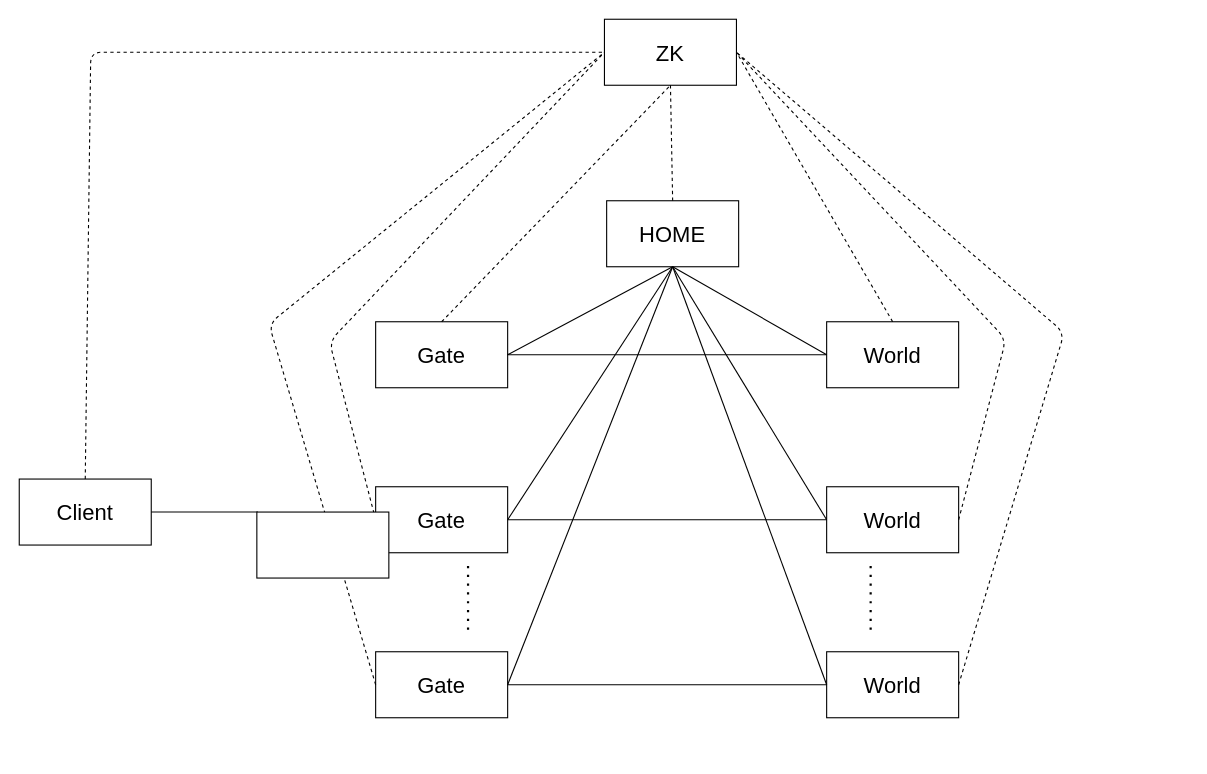
Above: server/youzu/server-trail_framework.drawio in juzq/draw (draw.io), before the change. Source tidied: cells renumbered, new cells numbered last; positions are measured from the earlier drawing's top-left corner, leaving out a move shared by most shapes. Both pictures are drawn from the tidied source at 110%, with x=0, y=0 at pixel (19, 19).
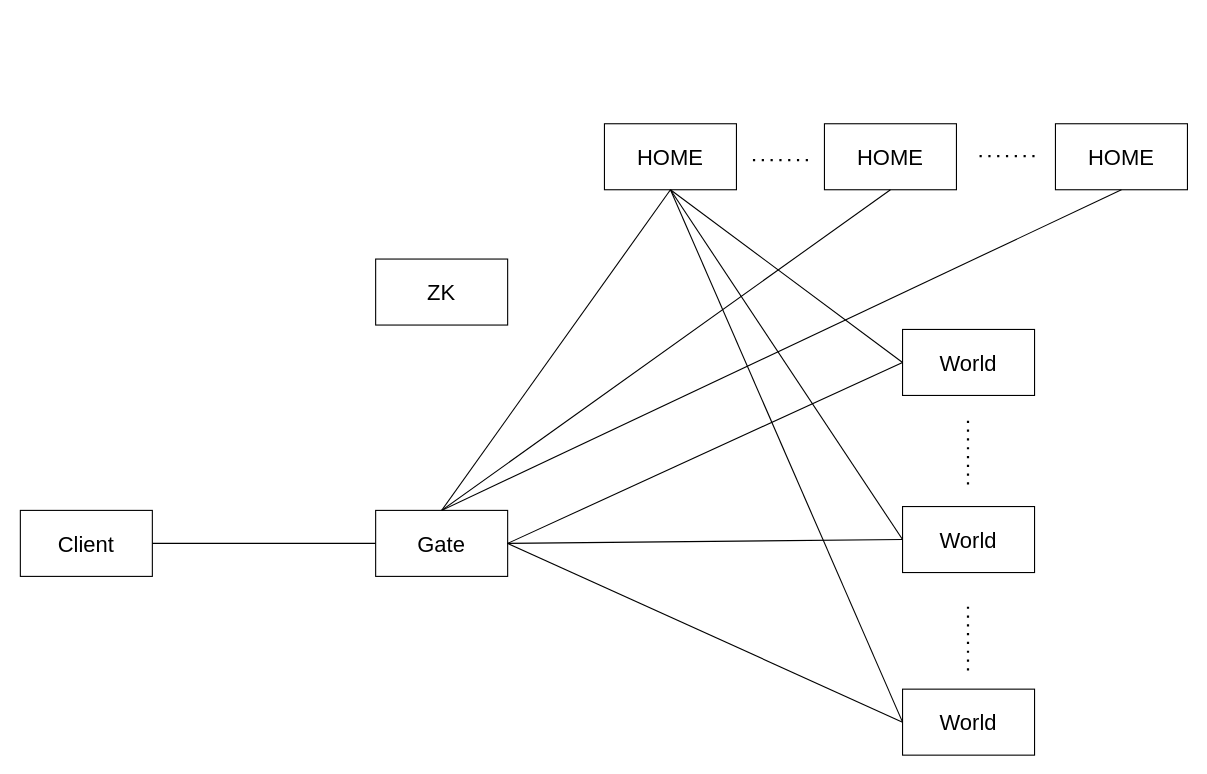
Above is the later version.

The edit, as a diff of the source:
```diff
@@
     <mxCell id="2" value="&lt;font style=&quot;font-size: 20px&quot;&gt;Client&lt;/font&gt;" style="rounded=0;whiteSpace=wrap;html=1;" parent="1" vertex="1">
-      <mxGeometry y="418" width="120" height="60" as="geometry" />
+      <mxGeometry x="1" y="446.5" width="120" height="60" as="geometry" />
     </mxCell>
     <mxCell id="3" value="&lt;font style=&quot;font-size: 20px&quot;&gt;Gate&lt;/font&gt;" style="rounded=0;whiteSpace=wrap;html=1;" parent="1" vertex="1">
-      <mxGeometry x="324" y="275" width="120" height="60" as="geometry" />
+      <mxGeometry x="324" y="446.5" width="120" height="60" as="geometry" />
     </mxCell>
-    <mxCell id="4" style="endArrow=none;html=1;exitX=1;exitY=0.5;exitDx=0;exitDy=0;" parent="1" edge="1" source="2">
-      <mxGeometry relative="1" as="geometry">
-        <mxPoint x="217" y="448" as="targetPoint" />
-      </mxGeometry>
+    <mxCell id="4" style="endArrow=none;html=1;exitX=1;exitY=0.5;exitDx=0;exitDy=0;entryX=0;entryY=0.5;entryDx=0;entryDy=0;" parent="1" edge="1" source="2" target="3">
+      <mxGeometry relative="1" as="geometry" />
     </mxCell>
     <mxCell id="5" value="&lt;font style=&quot;font-size: 20px&quot;&gt;ZK&lt;/font&gt;" style="rounded=0;whiteSpace=wrap;html=1;" parent="1" vertex="1">
-      <mxGeometry x="532" width="120" height="60" as="geometry" />
+      <mxGeometry x="324" y="218" width="120" height="60" as="geometry" />
     </mxCell>
-    <mxCell id="6" style="endArrow=none;dashed=1;html=1;entryX=0;entryY=0.5;entryDx=0;entryDy=0;exitX=0.5;exitY=0;exitDx=0;exitDy=0;" parent="1" edge="1" source="2" target="5">
-      <mxGeometry relative="1" as="geometry">
-        <Array as="points">
-          <mxPoint x="65" y="30" />
-        </Array>
-      </mxGeometry>
-    </mxCell>
-    <mxCell id="7" value="&lt;font style=&quot;font-size: 20px&quot;&gt;Gate&lt;/font&gt;" style="rounded=0;whiteSpace=wrap;html=1;" parent="1" vertex="1">
-      <mxGeometry x="324" y="425" width="120" height="60" as="geometry" />
-    </mxCell>
-    <mxCell id="8" value="&lt;font style=&quot;font-size: 20px&quot;&gt;Gate&lt;/font&gt;" style="rounded=0;whiteSpace=wrap;html=1;" parent="1" vertex="1">
-      <mxGeometry x="324" y="575" width="120" height="60" as="geometry" />
-    </mxCell>
     <mxCell id="9" value="&lt;font style=&quot;font-size: 20px&quot;&gt;World&lt;/font&gt;" style="rounded=0;whiteSpace=wrap;html=1;" parent="1" vertex="1">
-      <mxGeometry x="734" y="275" width="120" height="60" as="geometry" />
+      <mxGeometry x="803" y="282" width="120" height="60" as="geometry" />
     </mxCell>
     <mxCell id="10" value="&lt;font style=&quot;font-size: 20px&quot;&gt;World&lt;/font&gt;" style="rounded=0;whiteSpace=wrap;html=1;" parent="1" vertex="1">
-      <mxGeometry x="734" y="425" width="120" height="60" as="geometry" />
+      <mxGeometry x="803" y="443" width="120" height="60" as="geometry" />
     </mxCell>
     <mxCell id="11" value="&lt;font style=&quot;font-size: 20px&quot;&gt;World&lt;/font&gt;" style="rounded=0;whiteSpace=wrap;html=1;" parent="1" vertex="1">
-      <mxGeometry x="734" y="575" width="120" height="60" as="geometry" />
+      <mxGeometry x="803" y="609" width="120" height="60" as="geometry" />
     </mxCell>
@@
-    <mxCell id="13" style="endArrow=none;html=1;exitX=1;exitY=0.5;exitDx=0;exitDy=0;entryX=0;entryY=0.5;entryDx=0;entryDy=0;" parent="1" edge="1" source="7" target="10">
-      <mxGeometry relative="1" as="geometry" />
-    </mxCell>
-    <mxCell id="14" style="endArrow=none;html=1;exitX=1;exitY=0.5;exitDx=0;exitDy=0;entryX=0;entryY=0.5;entryDx=0;entryDy=0;" parent="1" edge="1" source="8" target="11">
-      <mxGeometry relative="1" as="geometry" />
-    </mxCell>
     <mxCell id="15" value="&lt;font style=&quot;font-size: 20px&quot;&gt;HOME&lt;/font&gt;" style="rounded=0;whiteSpace=wrap;html=1;" parent="1" vertex="1">
-      <mxGeometry x="534" y="165" width="120" height="60" as="geometry" />
+      <mxGeometry x="532" y="95" width="120" height="60" as="geometry" />
     </mxCell>
-    <mxCell id="16" style="endArrow=none;html=1;entryX=0.5;entryY=1;entryDx=0;entryDy=0;exitX=1;exitY=0.5;exitDx=0;exitDy=0;" parent="1" edge="1" source="3" target="15">
+    <mxCell id="16" style="endArrow=none;html=1;entryX=0.5;entryY=1;entryDx=0;entryDy=0;exitX=0.5;exitY=0;exitDx=0;exitDy=0;" parent="1" edge="1" source="3" target="15">
       <mxGeometry relative="1" as="geometry" />
     </mxCell>
-    <mxCell id="17" style="endArrow=none;dashed=1;html=1;entryX=0.5;entryY=1;entryDx=0;entryDy=0;exitX=0.5;exitY=0;exitDx=0;exitDy=0;" parent="1" edge="1" source="3" target="5">
-      <mxGeometry relative="1" as="geometry" />
-    </mxCell>
-    <mxCell id="18" style="endArrow=none;dashed=1;html=1;exitX=0;exitY=0.5;exitDx=0;exitDy=0;entryX=0;entryY=0.5;entryDx=0;entryDy=0;" parent="1" edge="1" source="7" target="5">
-      <mxGeometry relative="1" as="geometry">
-        <Array as="points">
-          <mxPoint x="282" y="293" />
-        </Array>
-      </mxGeometry>
-    </mxCell>
-    <mxCell id="19" style="endArrow=none;dashed=1;html=1;exitX=0;exitY=0.5;exitDx=0;exitDy=0;entryX=0;entryY=0.5;entryDx=0;entryDy=0;" parent="1" edge="1" source="8" target="5">
-      <mxGeometry relative="1" as="geometry">
-        <Array as="points">
-          <mxPoint x="227" y="277" />
-        </Array>
-      </mxGeometry>
-    </mxCell>
-    <mxCell id="20" style="endArrow=none;html=1;entryX=0.5;entryY=1;entryDx=0;entryDy=0;exitX=1;exitY=0.5;exitDx=0;exitDy=0;" parent="1" edge="1" source="7" target="15">
-      <mxGeometry relative="1" as="geometry" />
-    </mxCell>
-    <mxCell id="21" style="endArrow=none;html=1;entryX=0.5;entryY=1;entryDx=0;entryDy=0;" parent="1" edge="1" target="15">
-      <mxGeometry relative="1" as="geometry">
-        <mxPoint x="444" y="605" as="sourcePoint" />
-      </mxGeometry>
-    </mxCell>
@@
     <mxCell id="25" style="endArrow=none;dashed=1;html=1;dashPattern=1 3;strokeWidth=2;" parent="1" edge="1">
       <mxGeometry relative="1" as="geometry">
-        <mxPoint x="774" y="555" as="sourcePoint" />
-        <mxPoint x="774" y="495" as="targetPoint" />
+        <mxPoint x="862.5" y="592" as="sourcePoint" />
+        <mxPoint x="862.5" y="532" as="targetPoint" />
       </mxGeometry>
     </mxCell>
-    <mxCell id="26" style="endArrow=none;dashed=1;html=1;dashPattern=1 3;strokeWidth=2;" parent="1" edge="1">
-      <mxGeometry relative="1" as="geometry">
-        <mxPoint x="408" y="555" as="sourcePoint" />
-        <mxPoint x="408" y="495" as="targetPoint" />
-      </mxGeometry>
-    </mxCell>
-    <mxCell id="27" style="endArrow=none;dashed=1;html=1;entryX=0.5;entryY=1;entryDx=0;entryDy=0;exitX=0.5;exitY=0;exitDx=0;exitDy=0;" parent="1" edge="1" source="15" target="5">
-      <mxGeometry relative="1" as="geometry" />
-    </mxCell>
-    <mxCell id="28" style="endArrow=none;dashed=1;html=1;entryX=1;entryY=0.5;entryDx=0;entryDy=0;exitX=0.5;exitY=0;exitDx=0;exitDy=0;" parent="1" edge="1" source="9" target="5">
-      <mxGeometry relative="1" as="geometry" />
-    </mxCell>
-    <mxCell id="29" style="rounded=0;whiteSpace=wrap;html=1;" parent="1" vertex="1">
-      <mxGeometry x="216" y="448" width="120" height="60" as="geometry" />
-    </mxCell>
-    <mxCell id="30" style="endArrow=none;dashed=1;html=1;entryX=1;entryY=0.5;entryDx=0;entryDy=0;exitX=1;exitY=0.5;exitDx=0;exitDy=0;" parent="1" edge="1" source="10" target="5">
-      <mxGeometry relative="1" as="geometry">
-        <Array as="points">
-          <mxPoint x="897" y="291" />
-        </Array>
-      </mxGeometry>
-    </mxCell>
-    <mxCell id="31" style="endArrow=none;dashed=1;html=1;entryX=1;entryY=0.5;entryDx=0;entryDy=0;exitX=1;exitY=0.5;exitDx=0;exitDy=0;" parent="1" edge="1" source="11" target="5">
-      <mxGeometry relative="1" as="geometry">
-        <Array as="points">
-          <mxPoint x="950" y="285" />
-        </Array>
-      </mxGeometry>
-    </mxCell>
+    <mxCell id="32" style="endArrow=none;html=1;entryX=0;entryY=0.5;entryDx=0;entryDy=0;exitX=1;exitY=0.5;exitDx=0;exitDy=0;" parent="1" edge="1" source="3" target="10">
+      <mxGeometry relative="1" as="geometry" />
+    </mxCell>
+    <mxCell id="33" style="endArrow=none;html=1;entryX=0;entryY=0.5;entryDx=0;entryDy=0;exitX=1;exitY=0.5;exitDx=0;exitDy=0;" parent="1" edge="1" source="3" target="11">
+      <mxGeometry relative="1" as="geometry" />
+    </mxCell>
+    <mxCell id="34" value="&lt;font style=&quot;font-size: 20px&quot;&gt;HOME&lt;/font&gt;" style="rounded=0;whiteSpace=wrap;html=1;" parent="1" vertex="1">
+      <mxGeometry x="732" y="95" width="120" height="60" as="geometry" />
+    </mxCell>
+    <mxCell id="35" value="&lt;font style=&quot;font-size: 20px&quot;&gt;HOME&lt;/font&gt;" style="rounded=0;whiteSpace=wrap;html=1;" parent="1" vertex="1">
+      <mxGeometry x="942" y="95" width="120" height="60" as="geometry" />
+    </mxCell>
+    <mxCell id="36" style="endArrow=none;html=1;entryX=0.5;entryY=1;entryDx=0;entryDy=0;exitX=0.5;exitY=0;exitDx=0;exitDy=0;" parent="1" edge="1" source="3" target="34">
+      <mxGeometry relative="1" as="geometry" />
+    </mxCell>
+    <mxCell id="37" style="endArrow=none;html=1;entryX=0.5;entryY=1;entryDx=0;entryDy=0;exitX=0.5;exitY=0;exitDx=0;exitDy=0;" parent="1" edge="1" source="3" target="35">
+      <mxGeometry relative="1" as="geometry" />
+    </mxCell>
+    <mxCell id="38" style="endArrow=none;dashed=1;html=1;dashPattern=1 3;strokeWidth=2;" parent="1" edge="1">
+      <mxGeometry relative="1" as="geometry">
+        <mxPoint x="667" y="128" as="sourcePoint" />
+        <mxPoint x="717" y="128" as="targetPoint" />
+      </mxGeometry>
+    </mxCell>
+    <mxCell id="39" style="endArrow=none;dashed=1;html=1;dashPattern=1 3;strokeWidth=2;" parent="1" edge="1">
+      <mxGeometry relative="1" as="geometry">
+        <mxPoint x="873" y="124.5" as="sourcePoint" />
+        <mxPoint x="923" y="124.5" as="targetPoint" />
+      </mxGeometry>
+    </mxCell>
+    <mxCell id="40" style="endArrow=none;dashed=1;html=1;dashPattern=1 3;strokeWidth=2;" parent="1" edge="1">
+      <mxGeometry relative="1" as="geometry">
+        <mxPoint x="862.5" y="423" as="sourcePoint" />
+        <mxPoint x="862.5" y="363" as="targetPoint" />
+      </mxGeometry>
+    </mxCell>
```
